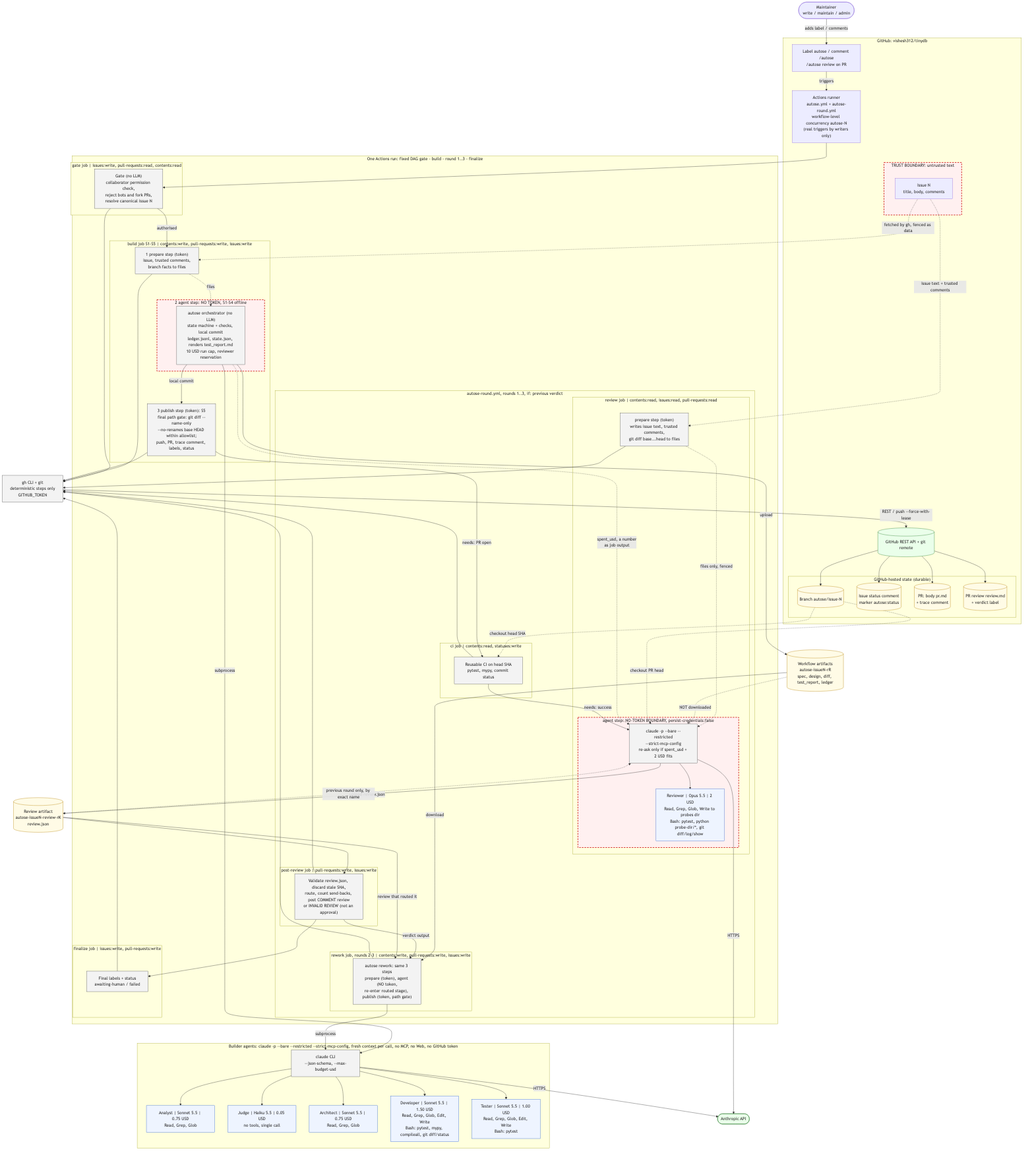
Earlier version of the Mermaid export architecture/views/component-view.png (vishesh312/autose-assignment3). Its source is kept beside it as architecture/views/component-view.mmd.
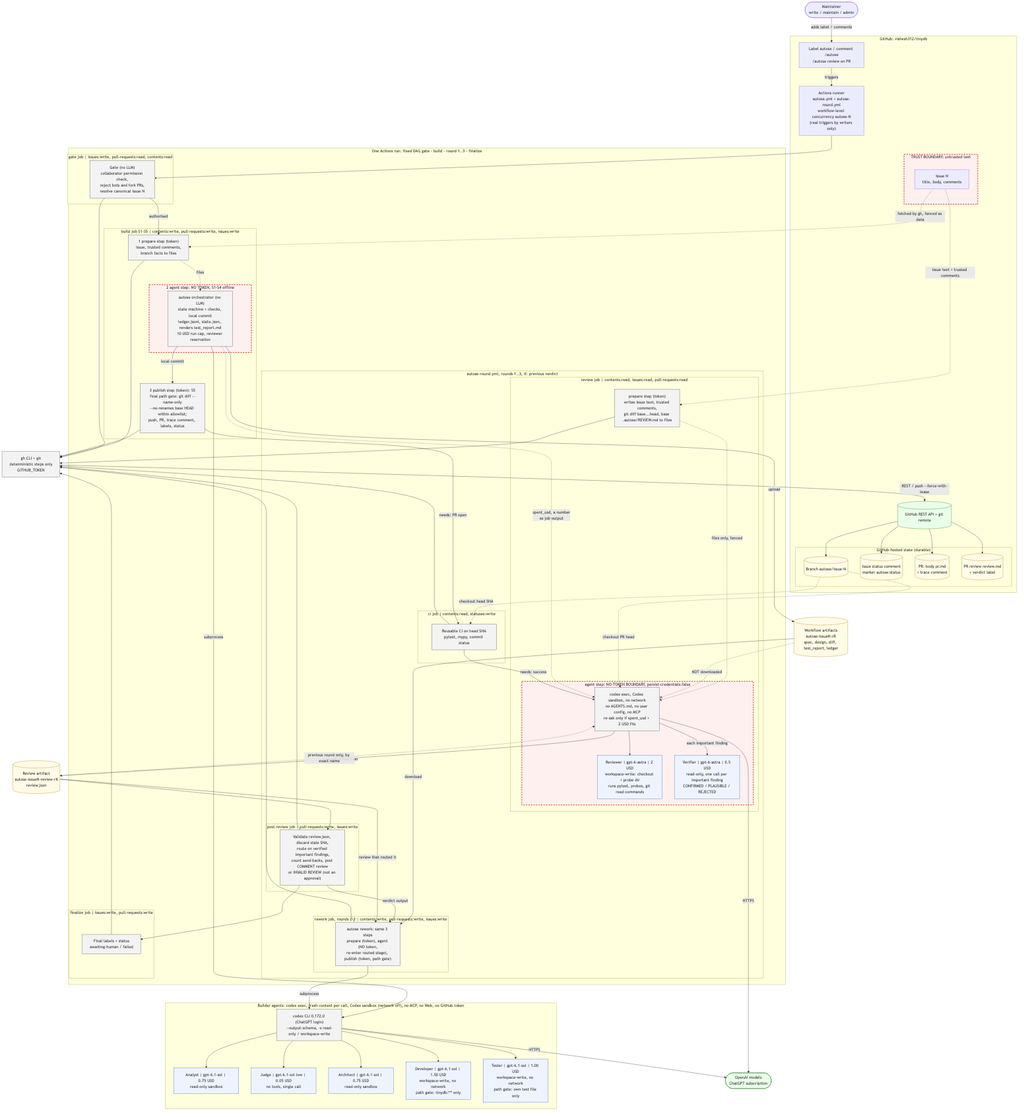
The same file after the commit.

Commit message:
Update component, sequence and state-machine views and stage map for the Codex backend and the Verifier pass, and re-render the diagrams

Diff of the diagram source:
```diff
@@ -40,14 +40,15 @@
       end
       subgraph JV["review job | contents:read, issues:read, pull-requests:read"]
         direction TB
-        prep["prepare step (token)<br/>writes issue text, trusted comments,<br/>git diff base...head to files"]
+        prep["prepare step (token)<br/>writes issue text, trusted comments,<br/>git diff base...head, base .autose/REVIEW.md to files"]
         subgraph JVA["agent step: NO-TOKEN BOUNDARY, persist-credentials:false"]
-          rcli["claude -p --bare --restricted<br/>--strict-mcp-config<br/>re-ask only if spent_usd + 2 USD fits"]
-          reviewer["Reviewer | Opus 5.5 | 2 USD<br/>Read, Grep, Glob, Write to probes dir<br/>Bash: pytest, python probe-dir/*, git diff/log/show"]
+          rcli["codex exec, Codex sandbox, no network<br/>no AGENTS.md, no user config, no MCP<br/>re-ask only if spent_usd + 2 USD fits"]
+          reviewer["Reviewer | gpt-6-astra | 2 USD<br/>workspace-write: checkout + probe dir<br/>runs pytest, probes, git read commands"]
+          verifier["Verifier | gpt-6-astra | 0.5 USD<br/>read-only, one call per important finding<br/>CONFIRMED / PLAUSIBLE / REJECTED"]
         end
       end
       subgraph JP["post-review job | pull-requests:write, issues:write"]
-        post["Validate review.json, discard stale SHA,<br/>route, count send-backs, post COMMENT review<br/>or INVALID REVIEW (not an approval)"]
+        post["Validate review.json, discard stale SHA,<br/>route on verified important findings,<br/>count send-backs, post COMMENT review<br/>or INVALID REVIEW (not an approval)"]
       end
     end
     subgraph JF["finalize job | issues:write, pull-requests:write"]
@@ -55,18 +56,18 @@
     end
   end
 
-  subgraph AG["Builder agents: claude -p --bare --restricted --strict-mcp-config, fresh context per call, no MCP, no Web, no GitHub token"]
+  subgraph AG["Builder agents: codex exec, fresh context per call, Codex sandbox (network off), no MCP, no Web, no GitHub token"]
     direction LR
-    cli["claude CLI<br/>--json-schema, --max-budget-usd"]
-    analyst["Analyst | Sonnet 5.5 | 0.75 USD<br/>Read, Grep, Glob"]
-    judge["Judge | Haiku 5.5 | 0.05 USD<br/>no tools, single call"]
-    architect["Architect | Sonnet 5.5 | 0.75 USD<br/>Read, Grep, Glob"]
-    dev["Developer | Sonnet 5.5 | 1.50 USD<br/>Read, Grep, Glob, Edit, Write<br/>Bash: pytest, mypy, compileall, git diff/status"]
-    tester["Tester | Sonnet 5.5 | 1.00 USD<br/>Read, Grep, Glob, Edit, Write<br/>Bash: pytest"]
+    cli["codex CLI 0.172.0 (ChatGPT login)<br/>--output-schema, -s read-only / workspace-write"]
+    analyst["Analyst | gpt-6.1-sol | 0.75 USD<br/>read-only sandbox"]
+    judge["Judge | gpt-6.1-sol low | 0.05 USD<br/>no tools, single call"]
+    architect["Architect | gpt-6.1-sol | 0.75 USD<br/>read-only sandbox"]
+    dev["Developer | gpt-6.1-sol | 1.50 USD<br/>workspace-write, no network<br/>path gate: tinydb/** only"]
+    tester["Tester | gpt-6.1-sol | 1.00 USD<br/>workspace-write, no network<br/>path gate: own test file only"]
   end
 
   ghcli["gh CLI + git<br/>deterministic steps only<br/>GITHUB_TOKEN"]
-  anth(["Anthropic API"])
+  llm(["OpenAI models<br/>ChatGPT subscription"])
   art[("Workflow artifacts<br/>autose-issueN-rR<br/>spec, design, diff, test_report, ledger")]
   revart[("Review artifact<br/>autose-issueN-review-rK<br/>review.json")]
 
@@ -79,9 +80,10 @@
   orch -->|subprocess| cli
   orchR -->|subprocess| cli
   cli --> analyst & judge & architect & dev & tester
-  cli -->|HTTPS| anth
+  cli -->|HTTPS| llm
   rcli --> reviewer
-  rcli -->|HTTPS| anth
+  rcli -->|each important finding| verifier
+  rcli -->|HTTPS| llm
 
   gate --> ghcli
   prepB --> ghcli
@@ -118,7 +120,7 @@
   classDef store fill:#fffbe6,stroke:#b8860b
   classDef ext fill:#eaffea,stroke:#2e7d32
   class UNTRUSTED,JVA,JBA trust
-  class analyst,judge,architect,dev,tester,reviewer agent
+  class analyst,judge,architect,dev,tester,reviewer,verifier agent
   class gate,orch,orchR,ci,post,fin,ghcli,cli,rcli,prep,prepB,pubB det
   class branch,status,prdoc,prreview,art,revart store
-  class anth,rest ext
+  class llm,rest ext
```
